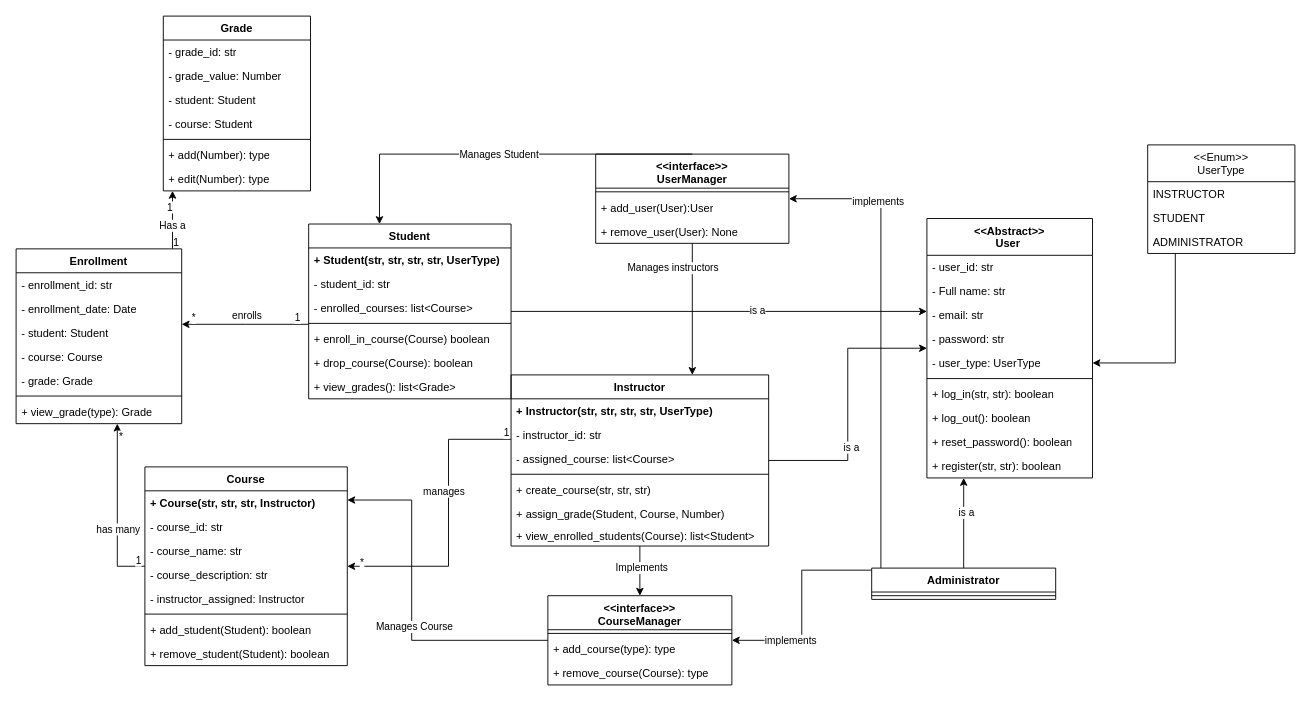
This is page "Class Diagram" (2 of 2) of diagrams_scms.drawio from ifeanyicyriacus/student_course_management_system, a draw.io file, before an edit. Source tidied: cells renumbered, new cells numbered last; positions are measured from the earlier drawing's top-left corner, leaving out a move shared by most shapes. Both pictures are drawn from the tidied source at 92%, with x=0, y=0 at pixel (16, 16).
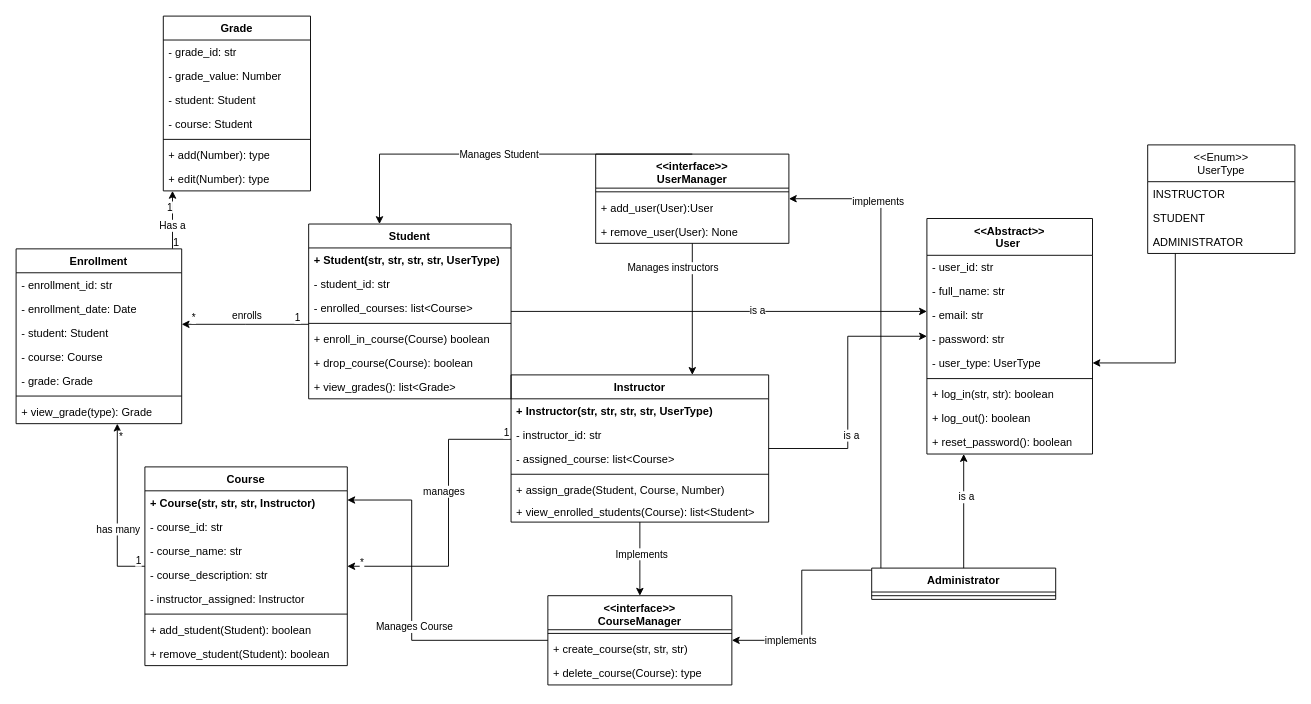
The same diagram, later.

The change refers to these unchanged cells:
```xml
<mxCell id="81" value="&amp;lt;&amp;lt;interface&amp;gt;&amp;gt;&lt;div&gt;CourseManager&lt;/div&gt;" style="swimlane;fontStyle=1;align=center;verticalAlign=top;horizontal=1;startSize=37;whiteSpace=wrap;html=1;" parent="1" vertex="1">
  <mxGeometry x="578" y="630" width="200" height="97" as="geometry" />
</mxCell>
```

Diff of the diagram source:
```diff
@@
     <mxCell id="2" value="&lt;div&gt;&amp;lt;&amp;lt;Abstract&amp;gt;&amp;gt;&lt;/div&gt;User&amp;nbsp;" style="swimlane;fontStyle=1;align=center;verticalAlign=top;horizontal=1;startSize=40;whiteSpace=wrap;html=1;" parent="1" vertex="1">
-      <mxGeometry x="990" y="220" width="180" height="282" as="geometry" />
+      <mxGeometry x="990" y="220" width="180" height="256" as="geometry" />
     </mxCell>
@@
-    <mxCell id="4" value="- Full name: str" style="text;strokeColor=none;fillColor=none;align=left;verticalAlign=top;spacingLeft=4;spacingRight=4;overflow=hidden;whiteSpace=wrap;html=1;" parent="2" vertex="1">
+    <mxCell id="4" value="- full_name: str" style="text;strokeColor=none;fillColor=none;align=left;verticalAlign=top;spacingLeft=4;spacingRight=4;overflow=hidden;whiteSpace=wrap;html=1;" parent="2" vertex="1">
       <mxGeometry y="66" width="180" height="26" as="geometry" />
     </mxCell>
@@
-    <mxCell id="12" value="&lt;font style=&quot;font-weight: normal; color: rgb(0, 0, 0);&quot;&gt;+ register(str, str): boolean&lt;/font&gt;" style="text;strokeColor=none;fillColor=none;align=left;verticalAlign=top;spacingLeft=4;spacingRight=4;overflow=hidden;whiteSpace=wrap;html=1;fontStyle=1;" parent="2" vertex="1">
-      <mxGeometry y="256" width="180" height="26" as="geometry" />
-    </mxCell>
@@
     <mxCell id="15" value="Instructor" style="swimlane;fontStyle=1;align=center;verticalAlign=top;horizontal=1;startSize=26;whiteSpace=wrap;html=1;" parent="1" vertex="1">
-      <mxGeometry x="538" y="390" width="280" height="186" as="geometry" />
+      <mxGeometry x="538" y="390" width="280" height="160" as="geometry" />
     </mxCell>
@@
-    <mxCell id="20" value="+ create_course(str, str, str)" style="text;strokeColor=none;fillColor=none;align=left;verticalAlign=top;spacingLeft=4;spacingRight=4;overflow=hidden;whiteSpace=wrap;html=1;" parent="15" vertex="1">
-      <mxGeometry y="112" width="280" height="26" as="geometry" />
-    </mxCell>
     <mxCell id="21" value="+ assign_grade(Student, Course, Number)" style="text;strokeColor=none;fillColor=none;align=left;verticalAlign=top;spacingLeft=4;spacingRight=4;overflow=hidden;whiteSpace=wrap;html=1;" parent="15" vertex="1">
-      <mxGeometry y="138" width="280" height="24" as="geometry" />
+      <mxGeometry y="112" width="280" height="24" as="geometry" />
     </mxCell>
     <mxCell id="22" value="+ view_enrolled_students(Course): list&amp;lt;Student&amp;gt;" style="text;strokeColor=none;fillColor=none;align=left;verticalAlign=top;spacingLeft=4;spacingRight=4;overflow=hidden;whiteSpace=wrap;html=1;" parent="15" vertex="1">
-      <mxGeometry y="162" width="280" height="24" as="geometry" />
+      <mxGeometry y="136" width="280" height="24" as="geometry" />
     </mxCell>
@@
-    <mxCell id="83" value="+ add_course(type): type" style="text;strokeColor=none;fillColor=none;align=left;verticalAlign=top;spacingLeft=4;spacingRight=4;overflow=hidden;whiteSpace=wrap;html=1;" parent="81" vertex="1">
-      <mxGeometry y="45" width="200" height="26" as="geometry" />
-    </mxCell>
+    <mxCell id="20" value="+ create_course(str, str, str)" style="text;strokeColor=none;fillColor=none;align=left;verticalAlign=top;spacingLeft=4;spacingRight=4;overflow=hidden;whiteSpace=wrap;html=1;" parent="81" vertex="1">
+      <mxGeometry y="45" width="200" height="26" as="geometry" />
+    </mxCell>
-    <mxCell id="84" value="+ remove_course(Course): type" style="text;strokeColor=none;fillColor=none;align=left;verticalAlign=top;spacingLeft=4;spacingRight=4;overflow=hidden;whiteSpace=wrap;html=1;" parent="81" vertex="1">
+    <mxCell id="84" value="+ delete_course(Course): type" style="text;strokeColor=none;fillColor=none;align=left;verticalAlign=top;spacingLeft=4;spacingRight=4;overflow=hidden;whiteSpace=wrap;html=1;" parent="81" vertex="1">
       <mxGeometry y="71" width="200" height="26" as="geometry" />
     </mxCell>
```
